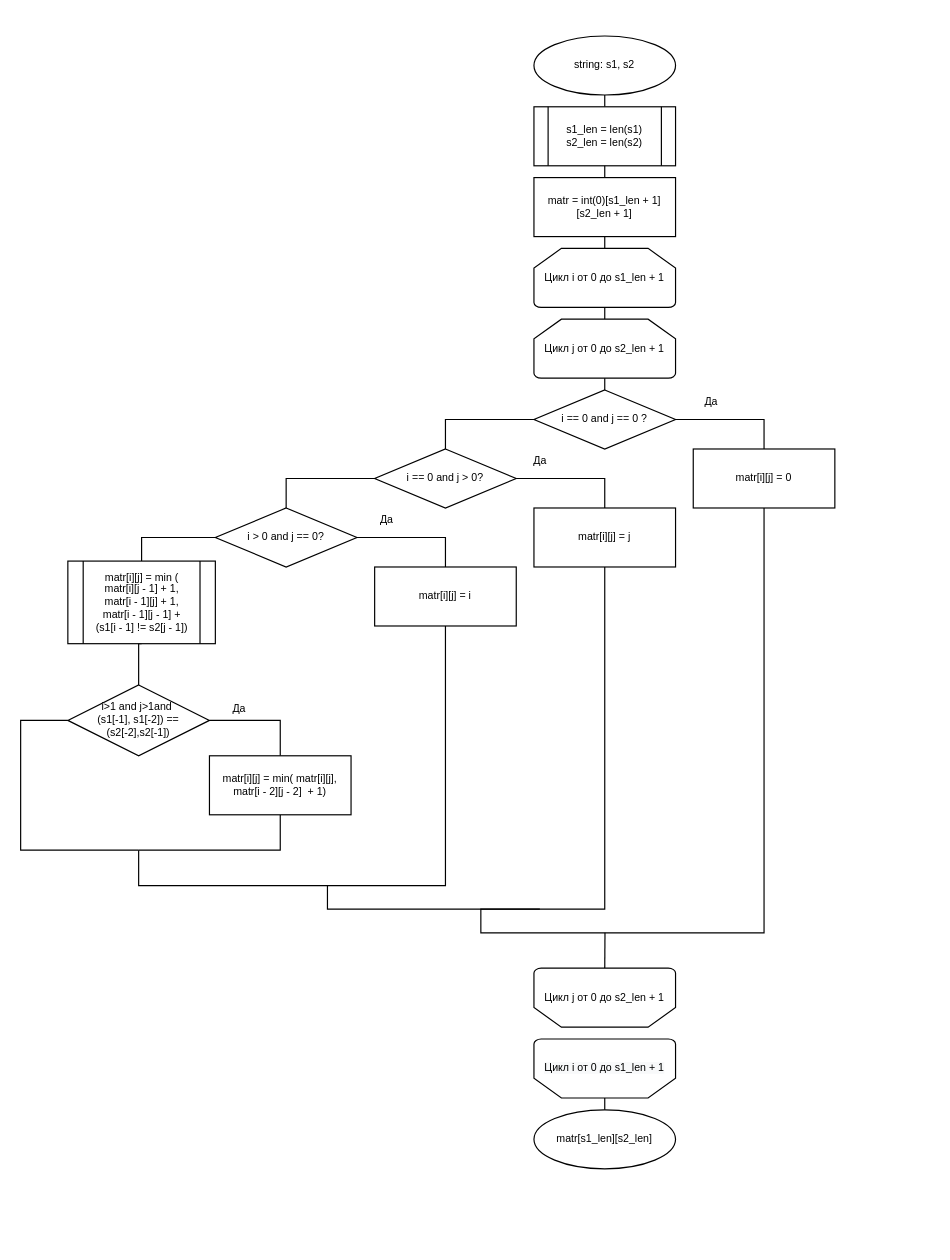
The draw.io diagram page "dl" (2 of 4) of lab_01/doc/lab_01_schema.drawio in Tulenenok/BMSTU_AA, before the edit. Source tidied: cells renumbered, new cells numbered last; positions are measured from the earlier drawing's top-left corner, leaving out a move shared by most shapes. Both pictures are drawn from the tidied source at 118%, with x=0, y=0 at pixel (20, 35).
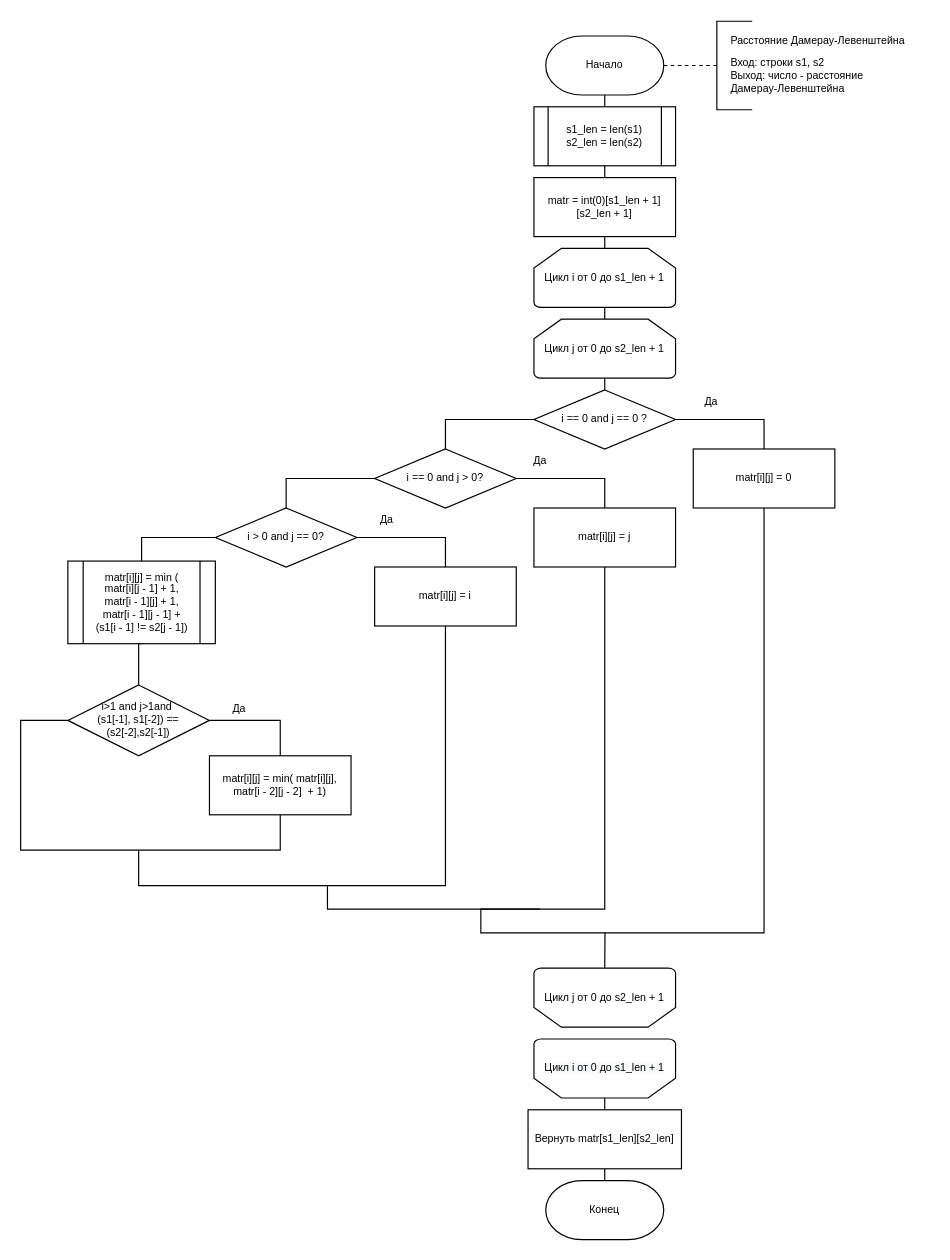
After the change.

The change refers to these unchanged cells:
```xml
<mxCell id="35" value="&lt;span style=&quot;font-family: Helvetica; font-size: 9px; font-style: normal; font-variant-ligatures: normal; font-variant-caps: normal; font-weight: 400; letter-spacing: normal; orphans: 2; text-align: center; text-indent: 0px; text-transform: none; widows: 2; word-spacing: 0px; -webkit-text-stroke-width: 0px; background-color: rgb(248, 249, 250); text-decoration-style: initial; text-decoration-color: initial; float: none; display: inline !important;&quot;&gt;Цикл i от 0 до s1_len + 1&lt;/span&gt;" style="strokeWidth=1;html=1;shape=mxgraph.flowchart.loop_limit;whiteSpace=wrap;direction=west;fontSize=9;" parent="1" vertex="1">
  <mxGeometry x="435" y="850" width="120" height="50" as="geometry" />
</mxCell>
```

What changed in the source:
```diff
@@
-    <mxCell id="2" value="string: s1, s2" style="ellipse;whiteSpace=wrap;html=1;fontSize=9;" parent="1" vertex="1">
-      <mxGeometry x="435" width="120" height="50" as="geometry" />
-    </mxCell>
@@
-    <mxCell id="17" value="matr[s1_len][s2_len]" style="ellipse;whiteSpace=wrap;html=1;fontSize=9;" parent="1" vertex="1">
-      <mxGeometry x="435" y="910" width="120" height="50" as="geometry" />
-    </mxCell>
@@
-    <mxCell id="36" style="edgeStyle=orthogonalEdgeStyle;rounded=0;jettySize=auto;html=1;endArrow=none;endFill=0;fontSize=9;exitX=0.5;exitY=0;exitDx=0;exitDy=0;exitPerimeter=0;entryX=0.5;entryY=0;entryDx=0;entryDy=0;" parent="1" edge="1" source="35" target="17">
-      <mxGeometry relative="1" as="geometry" />
+    <mxCell id="36" style="edgeStyle=orthogonalEdgeStyle;rounded=0;jettySize=auto;html=1;endArrow=none;endFill=0;fontSize=9;exitX=0.5;exitY=0;exitDx=0;exitDy=0;exitPerimeter=0;entryX=0.5;entryY=0;entryDx=0;entryDy=0;" parent="1" edge="1" source="35">
+      <mxGeometry relative="1" as="geometry">
+        <mxPoint x="495" y="910" as="targetPoint" />
+      </mxGeometry>
     </mxCell>
@@
+    <mxCell id="43" value="Начало" style="strokeWidth=1;html=1;shape=mxgraph.flowchart.terminator;whiteSpace=wrap;fontSize=9;" parent="1" vertex="1">
+      <mxGeometry x="445" width="100" height="50" as="geometry" />
+    </mxCell>
+    <mxCell id="44" style="edgeStyle=orthogonalEdgeStyle;rounded=0;jettySize=auto;html=1;exitX=0;exitY=0.5;exitDx=0;exitDy=0;exitPerimeter=0;entryX=1;entryY=0.5;entryDx=0;entryDy=0;entryPerimeter=0;endArrow=none;endFill=0;dashed=1;" parent="1" edge="1" source="45" target="43">
+      <mxGeometry relative="1" as="geometry" />
+    </mxCell>
+    <mxCell id="45" style="strokeWidth=1;html=1;shape=mxgraph.flowchart.annotation_1;align=left;" parent="1" vertex="1">
+      <mxGeometry x="590" y="-12.5" width="30" height="75" as="geometry" />
+    </mxCell>
+    <mxCell id="46" value="Расстояние Дамерау-Левенштейна" style="text;html=1;align=left;verticalAlign=middle;strokeColor=none;fillColor=none;fontSize=9;" parent="1" vertex="1">
+      <mxGeometry x="600" y="-6" width="170" height="20" as="geometry" />
+    </mxCell>
+    <mxCell id="47" value="Вход: строки s1, s2&lt;br style=&quot;font-size: 9px;&quot;&gt;&lt;div style=&quot;font-size: 9px;&quot;&gt;&lt;span style=&quot;background-color: initial; font-size: 9px;&quot;&gt;Выход: число - расстояние&amp;nbsp;&lt;/span&gt;&lt;/div&gt;&lt;div style=&quot;font-size: 9px;&quot;&gt;&lt;span style=&quot;background-color: initial; font-size: 9px;&quot;&gt;Дамерау-Левенштейна&lt;/span&gt;&lt;span style=&quot;background-color: initial; white-space: pre; font-size: 9px;&quot;&gt;&#9;&lt;span style=&quot;white-space: pre; font-size: 9px;&quot;&gt;&#9;&lt;/span&gt;&lt;/span&gt;&lt;/div&gt;&lt;span style=&quot;white-space: pre; font-size: 9px;&quot;&gt;&lt;/span&gt;" style="text;html=1;align=left;verticalAlign=middle;strokeColor=none;fillColor=none;fontSize=9;" parent="1" vertex="1">
+      <mxGeometry x="600" y="9" width="140" height="50" as="geometry" />
+    </mxCell>
+    <mxCell id="48" style="edgeStyle=orthogonalEdgeStyle;rounded=0;jettySize=auto;html=1;exitX=0.5;exitY=1;exitDx=0;exitDy=0;entryX=0.5;entryY=0;entryDx=0;entryDy=0;entryPerimeter=0;fontSize=10;endArrow=none;endFill=0;" parent="1" edge="1" source="49" target="50">
+      <mxGeometry relative="1" as="geometry" />
+    </mxCell>
+    <mxCell id="49" value="Вернуть matr[s1_len][s2_len]" style="rounded=0;whiteSpace=wrap;html=1;fontSize=9;" parent="1" vertex="1">
+      <mxGeometry x="430" y="910" width="130" height="50" as="geometry" />
+    </mxCell>
+    <mxCell id="50" value="Конец" style="strokeWidth=1;html=1;shape=mxgraph.flowchart.terminator;whiteSpace=wrap;fontSize=9;" parent="1" vertex="1">
+      <mxGeometry x="445" y="970" width="100" height="50" as="geometry" />
+    </mxCell>
```
